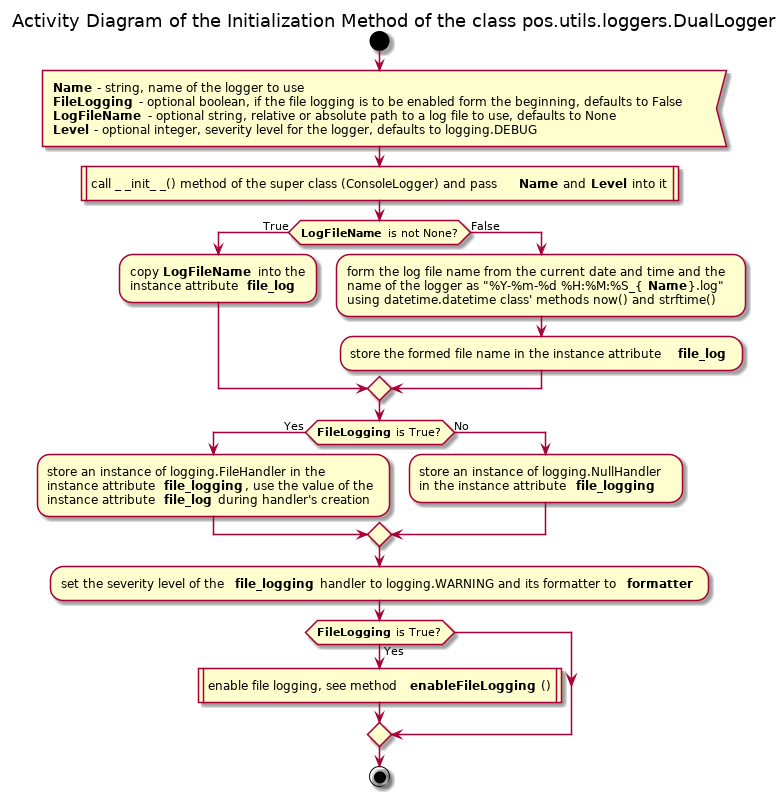
The PlantUML diagram Docs/UML/utils/loggers_py/DualLogger_Initialization_Activity.png in FooBarShebang/pos, before a commit.
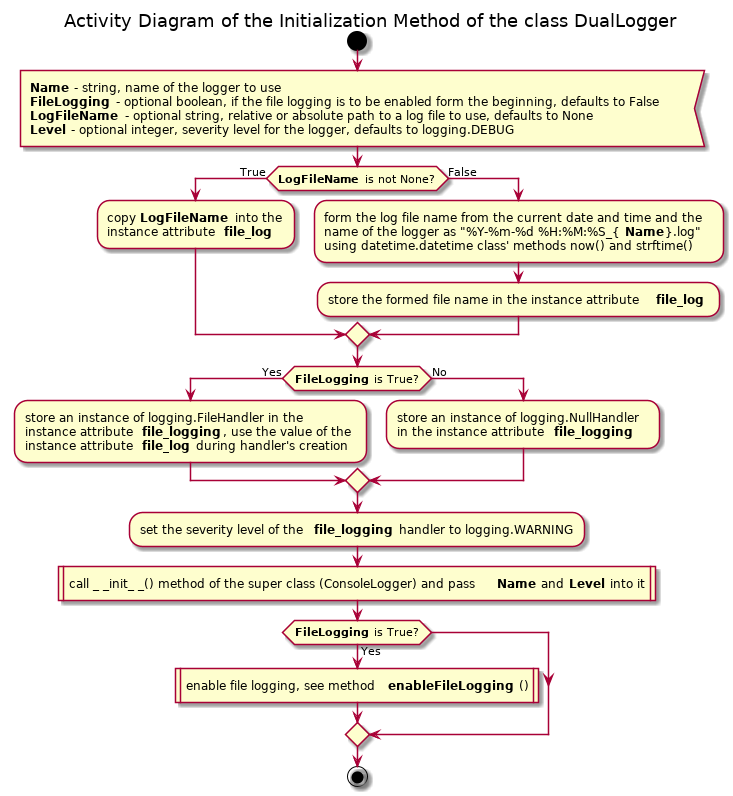
The same file after the commit.

What changed in the source:
```diff
@@ -1,6 +1,6 @@
 @startuml
 
-title Activity Diagram of the Initialization Method of the class pos.utils.loggers.DualLogger
+title Activity Diagram of the Initialization Method of the class DualLogger
 
 start
 
@@ -9,7 +9,6 @@
 <b>LogFileName</b> - optional string, relative or absolute path to a log file to use, defaults to None
 <b>Level</b> - optional integer, severity level for the logger, defaults to logging.DEBUG<
 
-:call _ _init_ _() method of the super class (ConsoleLogger) and pass <b>Name</b> and <b>Level</b> into it|
 
 if (<b>LogFileName</b> is not None?) then (True)
     :copy <b>LogFileName</b> into the
@@ -31,7 +30,9 @@
     in the instance attribute <b>file_logging</b> ;
 endif
 
-:set the severity level of the <b>file_logging</b> handler to logging.WARNING and its formatter to <b>formatter</b> ;
+:set the severity level of the <b>file_logging</b> handler to logging.WARNING;
+
+:call _ _init_ _() method of the super class (ConsoleLogger) and pass <b>Name</b> and <b>Level</b> into it|
 
 if (<b>FileLogging</b> is True?) then (Yes)
     :enable file logging, see method <b>enableFileLogging</b>()|
```
